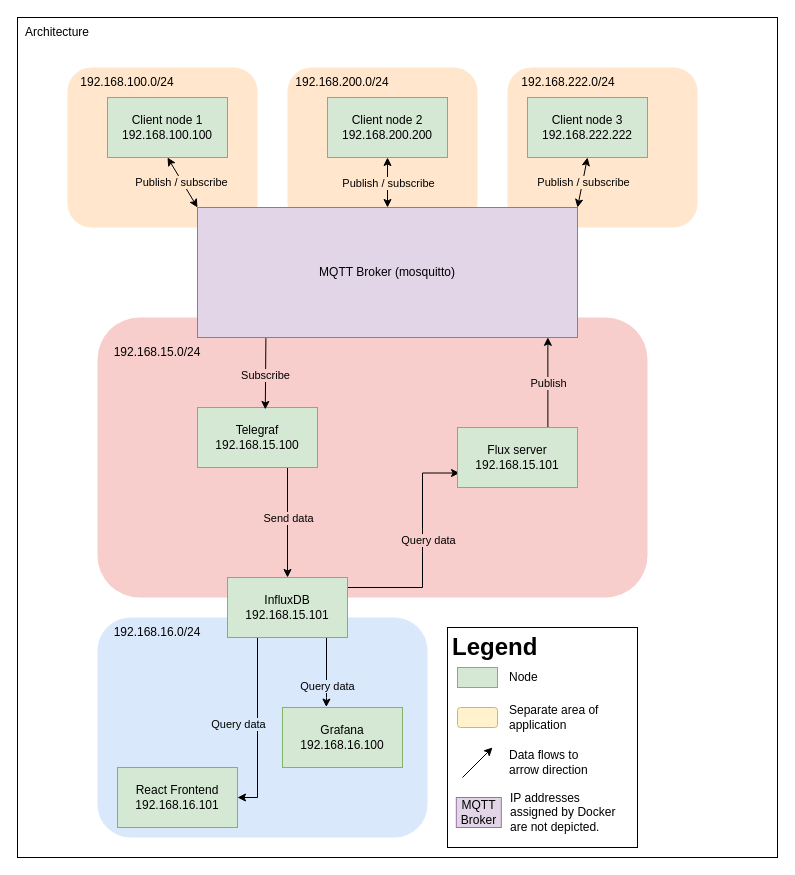
Above: distributed-systems.drawio in makeri89/distributed-systems (draw.io), before the change. Source tidied: cells renumbered, new cells numbered last; positions are measured from the earlier drawing's top-left corner, leaving out a move shared by most shapes. Both pictures are drawn from the tidied source at 100%, with x=0, y=0 at pixel (17, 17).
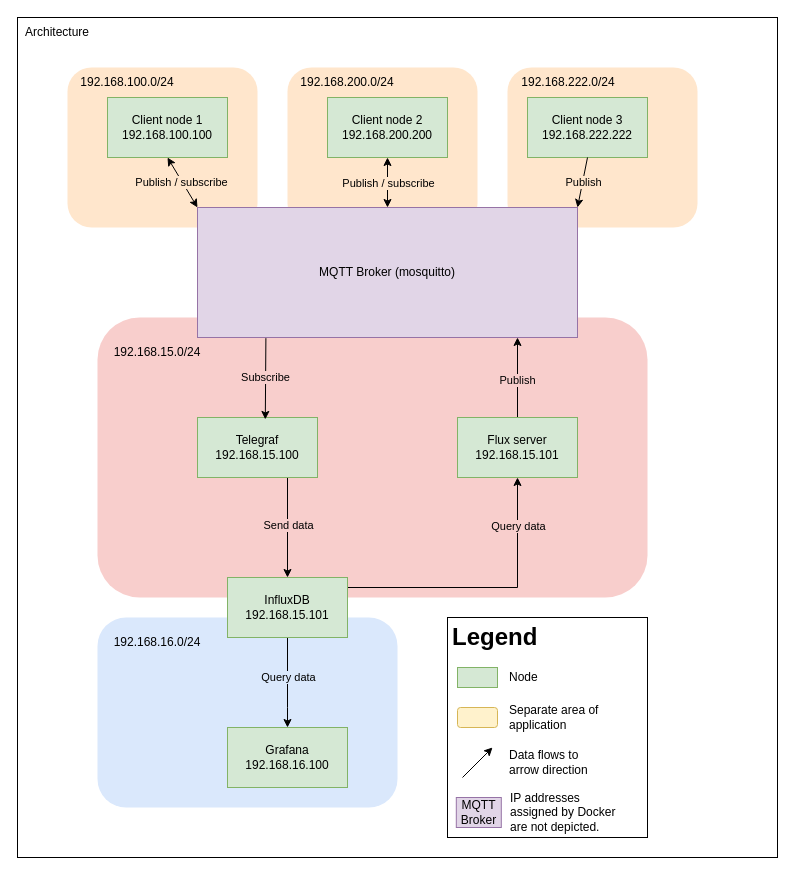
Above is the later version.

Commit message (it also covers changes not shown here):
update architecture diagram

Unchanged cells that the change refers to:
```xml
<mxCell id="10" value="MQTT Broker (mosquitto)" style="rounded=0;whiteSpace=wrap;html=1;fillColor=#e1d5e7;strokeColor=#9673a6;glass=0;shadow=0;" parent="1" vertex="1">
  <mxGeometry x="180" y="190" width="380" height="130" as="geometry" />
</mxCell>
<mxCell id="13" value="&lt;div&gt;Client node 3&lt;br&gt;192.168.222.222&lt;/div&gt;" style="rounded=0;whiteSpace=wrap;html=1;fillColor=#d5e8d4;strokeColor=#82b366;" parent="1" vertex="1">
  <mxGeometry x="510" y="80" width="120" height="60" as="geometry" />
</mxCell>
<mxCell id="27" value="InfluxDB&lt;br&gt;192.168.15.101" style="rounded=0;whiteSpace=wrap;html=1;fillColor=#d5e8d4;strokeColor=#82b366;" parent="1" vertex="1">
  <mxGeometry x="210" y="560" width="120" height="60" as="geometry" />
</mxCell>
<mxCell id="48" style="endArrow=classic;html=1;rounded=0;exitX=0.18;exitY=1.005;exitDx=0;exitDy=0;exitPerimeter=0;entryX=0.565;entryY=0.032;entryDx=0;entryDy=0;entryPerimeter=0;" parent="1" edge="1" source="10" target="20">
  <mxGeometry relative="1" as="geometry" />
</mxCell>
```

The edit, as a diff of the source:
```diff
@@
     <mxCell id="6" value="192.168.200.0/24" style="text;html=1;strokeColor=none;fillColor=none;align=center;verticalAlign=middle;whiteSpace=wrap;rounded=0;" parent="1" vertex="1">
-      <mxGeometry x="295" y="50" width="60" height="30" as="geometry" />
+      <mxGeometry x="300" y="50" width="60" height="30" as="geometry" />
     </mxCell>
     <mxCell id="7" style="rounded=1;whiteSpace=wrap;html=1;strokeColor=none;fillColor=#DAE8FC;" parent="1" vertex="1">
-      <mxGeometry x="80" y="600" width="330" height="220" as="geometry" />
+      <mxGeometry x="80" y="600" width="300" height="190" as="geometry" />
     </mxCell>
@@
-    <mxCell id="16" style="rounded=0;jettySize=auto;html=1;exitX=0.5;exitY=1;exitDx=0;exitDy=0;startArrow=classic;startFill=1;entryX=1;entryY=0;entryDx=0;entryDy=0;" parent="1" edge="1" source="13" target="10">
+    <mxCell id="16" style="rounded=0;jettySize=auto;html=1;exitX=0.5;exitY=1;exitDx=0;exitDy=0;startArrow=none;startFill=0;entryX=1;entryY=0;entryDx=0;entryDy=0;endArrow=classic;endFill=1;" parent="1" edge="1" source="13" target="10">
       <mxGeometry relative="1" as="geometry" />
     </mxCell>
-    <mxCell id="17" value="Publish / subscribe" style="edgeLabel;align=center;verticalAlign=middle;labelBackgroundColor=#FFE6CC;html=1;" parent="16" vertex="1">
+    <mxCell id="17" value="Publish" style="edgeLabel;align=center;verticalAlign=middle;labelBackgroundColor=#FFE6CC;html=1;" parent="16" vertex="1">
       <mxGeometry x="-0.03" y="-2" relative="1" as="geometry">
         <mxPoint x="2" as="offset" />
       </mxGeometry>
     </mxCell>
     <mxCell id="18" style="edgeStyle=orthogonalEdgeStyle;rounded=0;jettySize=auto;html=1;exitX=0.5;exitY=1;exitDx=0;exitDy=0;entryX=0.5;entryY=0;entryDx=0;entryDy=0;" parent="1" edge="1" source="20" target="27">
       <mxGeometry relative="1" as="geometry">
         <Array as="points">
+          <mxPoint x="240" y="420" />
           <mxPoint x="270" y="420" />
         </Array>
       </mxGeometry>
     </mxCell>
     <mxCell id="19" value="Send data" style="edgeLabel;html=1;align=center;verticalAlign=middle;labelBackgroundColor=#F8CECC;" parent="18" vertex="1">
       <mxGeometry x="0.01" y="1" relative="1" as="geometry">
-        <mxPoint x="-1" y="39" as="offset" />
+        <mxPoint x="-1" y="51" as="offset" />
       </mxGeometry>
     </mxCell>
     <mxCell id="20" value="Telegraf&lt;br&gt;192.168.15.100" style="rounded=0;whiteSpace=wrap;html=1;fillColor=#d5e8d4;strokeColor=#82b366;" parent="1" vertex="1">
-      <mxGeometry x="180" y="390" width="120" height="60" as="geometry" />
+      <mxGeometry x="180" y="400" width="120" height="60" as="geometry" />
     </mxCell>
-    <mxCell id="21" style="edgeStyle=orthogonalEdgeStyle;rounded=0;jettySize=auto;html=1;exitX=0.5;exitY=1;exitDx=0;exitDy=0;entryX=0.365;entryY=-0.007;entryDx=0;entryDy=0;entryPerimeter=0;" parent="1" edge="1" source="27" target="28">
+    <mxCell id="21" style="edgeStyle=orthogonalEdgeStyle;rounded=0;jettySize=auto;html=1;exitX=0.5;exitY=1;exitDx=0;exitDy=0;entryX=0.5;entryY=0;entryDx=0;entryDy=0;" parent="1" edge="1" source="27" target="28">
       <mxGeometry relative="1" as="geometry">
         <Array as="points">
-          <mxPoint x="270" y="610" />
-          <mxPoint x="309" y="610" />
-          <mxPoint x="309" y="680" />
-          <mxPoint x="309" y="680" />
+          <mxPoint x="270" y="690" />
+          <mxPoint x="270" y="690" />
         </Array>
       </mxGeometry>
     </mxCell>
     <mxCell id="22" value="Query data" style="edgeLabel;html=1;align=center;verticalAlign=middle;labelBackgroundColor=#DAE8FC;" parent="21" vertex="1">
       <mxGeometry x="0.54" y="1" relative="1" as="geometry">
-        <mxPoint x="-1" y="8" as="offset" />
+        <mxPoint x="-1" y="-30" as="offset" />
       </mxGeometry>
     </mxCell>
-    <mxCell id="23" style="edgeStyle=orthogonalEdgeStyle;rounded=0;jettySize=auto;html=1;exitX=1;exitY=0.5;exitDx=0;exitDy=0;entryX=0.017;entryY=0.759;entryDx=0;entryDy=0;entryPerimeter=0;" parent="1" edge="1" source="27" target="42">
+    <mxCell id="23" style="edgeStyle=orthogonalEdgeStyle;rounded=0;jettySize=auto;html=1;exitX=1;exitY=0.5;exitDx=0;exitDy=0;entryX=0.5;entryY=1;entryDx=0;entryDy=0;" parent="1" edge="1" source="27" target="42">
       <mxGeometry relative="1" as="geometry">
         <Array as="points">
           <mxPoint x="330" y="570" />
-          <mxPoint x="405" y="570" />
-          <mxPoint x="405" y="456" />
+          <mxPoint x="500" y="570" />
         </Array>
       </mxGeometry>
     </mxCell>
     <mxCell id="24" value="Query data" style="edgeLabel;html=1;align=center;verticalAlign=middle;labelBackgroundColor=#F8CECC;" parent="23" vertex="1">
       <mxGeometry x="0.48" y="-3" relative="1" as="geometry">
-        <mxPoint x="2" y="39" as="offset" />
+        <mxPoint x="-3" y="-30" as="offset" />
       </mxGeometry>
     </mxCell>
-    <mxCell id="25" style="edgeStyle=orthogonalEdgeStyle;rounded=0;jettySize=auto;html=1;exitX=0.25;exitY=1;exitDx=0;exitDy=0;" parent="1" edge="1" source="27" target="45">
-      <mxGeometry relative="1" as="geometry">
-        <Array as="points">
-          <mxPoint x="240" y="780" />
-        </Array>
-      </mxGeometry>
-    </mxCell>
-    <mxCell id="26" value="Query data" style="edgeLabel;html=1;align=center;verticalAlign=middle;labelBackgroundColor=#DAE8FC;" parent="25" vertex="1">
-      <mxGeometry x="-0.16" y="-1" relative="1" as="geometry">
-        <mxPoint x="-19" y="10" as="offset" />
-      </mxGeometry>
-    </mxCell>
@@
     <mxCell id="28" value="Grafana&lt;br&gt;192.168.16.100" style="rounded=0;whiteSpace=wrap;html=1;fillColor=#d5e8d4;strokeColor=#82b366;" parent="1" vertex="1">
-      <mxGeometry x="265" y="690" width="120" height="60" as="geometry" />
+      <mxGeometry x="210" y="710" width="120" height="60" as="geometry" />
     </mxCell>
-    <mxCell id="29" style="edgeStyle=orthogonalEdgeStyle;rounded=0;jettySize=auto;html=1;exitX=0.5;exitY=0;exitDx=0;exitDy=0;entryX=0.922;entryY=0.999;entryDx=0;entryDy=0;entryPerimeter=0;" parent="1" edge="1" source="42" target="10">
+    <mxCell id="29" style="edgeStyle=orthogonalEdgeStyle;rounded=0;jettySize=auto;html=1;exitX=0.5;exitY=0;exitDx=0;exitDy=0;" parent="1" edge="1" source="42">
       <mxGeometry relative="1" as="geometry">
+        <mxPoint x="500" y="320" as="targetPoint" />
         <Array as="points">
-          <mxPoint x="530" y="410" />
+          <mxPoint x="500" y="320" />
         </Array>
       </mxGeometry>
     </mxCell>
     <mxCell id="30" value="Publish" style="edgeLabel;html=1;align=center;verticalAlign=middle;labelBackgroundColor=#F8CECC;" parent="29" vertex="1">
       <mxGeometry x="0.02" y="-1" relative="1" as="geometry">
-        <mxPoint x="-1" y="-14" as="offset" />
+        <mxPoint x="-2" y="3" as="offset" />
       </mxGeometry>
     </mxCell>
     <mxCell id="31" value="&lt;h1&gt;Legend&lt;br&gt;&lt;/h1&gt;" style="text;html=1;strokeColor=default;fillColor=none;spacing=5;spacingTop=-20;whiteSpace=wrap;overflow=hidden;rounded=0;" parent="1" vertex="1">
-      <mxGeometry x="430" y="610" width="190" height="220" as="geometry" />
+      <mxGeometry x="430" y="600" width="200" height="220" as="geometry" />
     </mxCell>
@@
     <mxCell id="41" value="192.168.16.0/24" style="text;html=1;strokeColor=none;fillColor=none;align=center;verticalAlign=middle;whiteSpace=wrap;rounded=0;" parent="1" vertex="1">
-      <mxGeometry x="110" y="600" width="60" height="30" as="geometry" />
+      <mxGeometry x="110" y="610" width="60" height="30" as="geometry" />
     </mxCell>
     <mxCell id="42" value="Flux server&lt;br&gt;192.168.15.101" style="rounded=0;whiteSpace=wrap;html=1;fillColor=#d5e8d4;strokeColor=#82b366;" parent="1" vertex="1">
-      <mxGeometry x="440" y="410" width="120" height="60" as="geometry" />
+      <mxGeometry x="440" y="400" width="120" height="60" as="geometry" />
     </mxCell>
@@
-    <mxCell id="45" value="React Frontend&lt;br&gt;192.168.16.101" style="rounded=0;whiteSpace=wrap;html=1;fillColor=#d5e8d4;strokeColor=#82b366;" parent="1" vertex="1">
-      <mxGeometry x="100" y="750" width="120" height="60" as="geometry" />
-    </mxCell>
@@
     <mxCell id="49" value="Subscribe" style="edgeLabel;html=1;align=center;verticalAlign=middle;labelBackgroundColor=#F8CECC;" parent="48" vertex="1">
-      <mxGeometry x="0.05" y="-1" relative="1" as="geometry" />
+      <mxGeometry x="0.05" y="-1" relative="1" as="geometry">
+        <mxPoint y="-4" as="offset" />
+      </mxGeometry>
     </mxCell>
```
